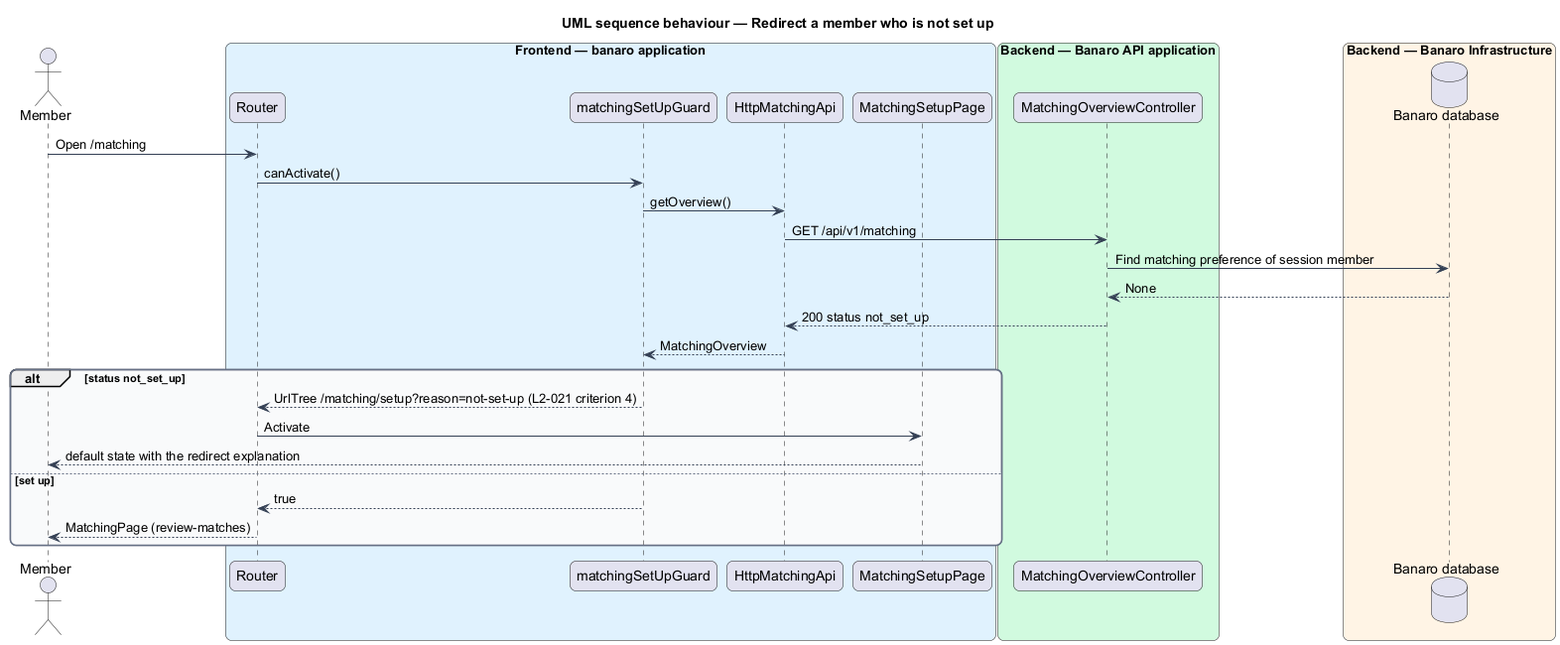
This is docs/detailed-designs/matching/set-up-matching/diagrams/sequence-redirect-to-setup.png from QuinntyneBrown/banaro, a PlantUML export, as it was before one commit.
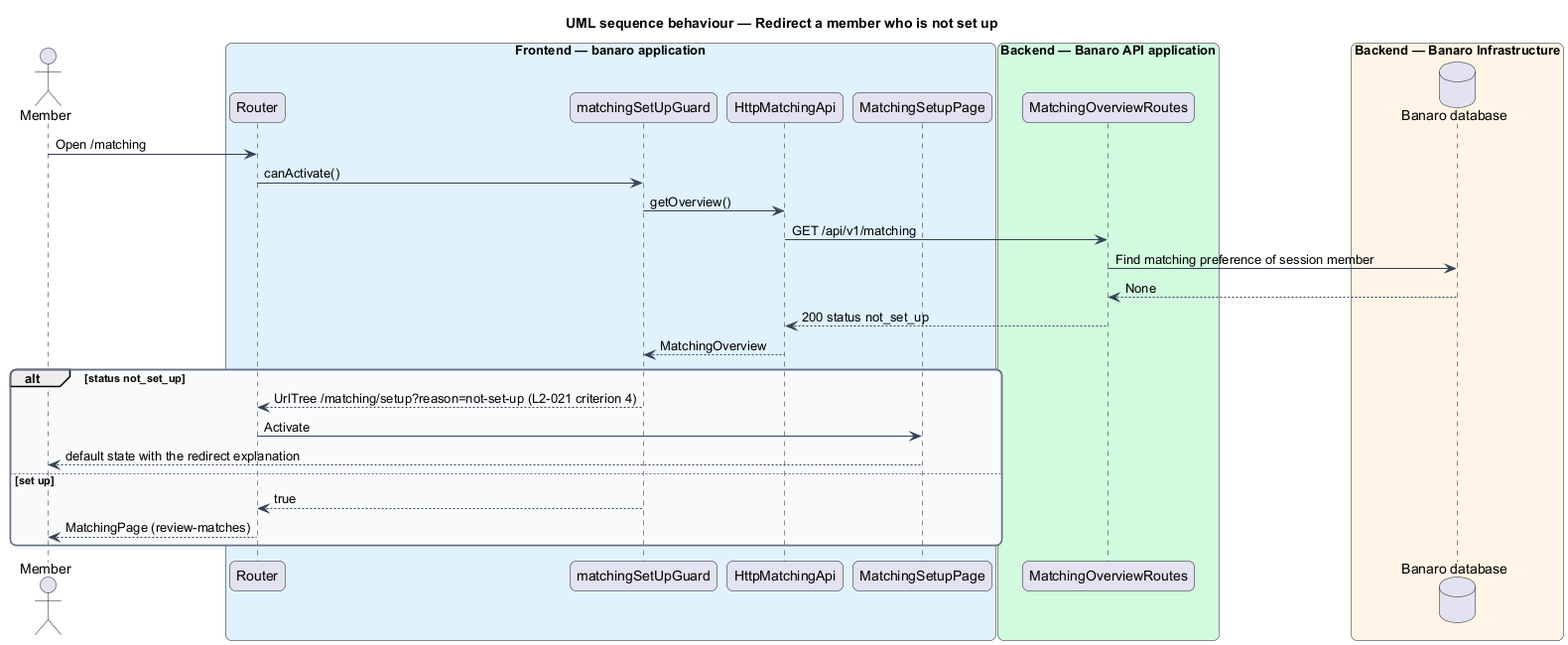
After the change.

What changed in the source:
```diff
@@ -22,7 +22,7 @@
   participant "MatchingSetupPage" as page
 end box
 box "Backend — Banaro API application" #D1FADF
-  participant "MatchingOverviewController" as controller
+  participant "MatchingOverviewRoutes" as controller
 end box
 box "Backend — Banaro Infrastructure" #FFF4E5
   database "Banaro database" as db
```
